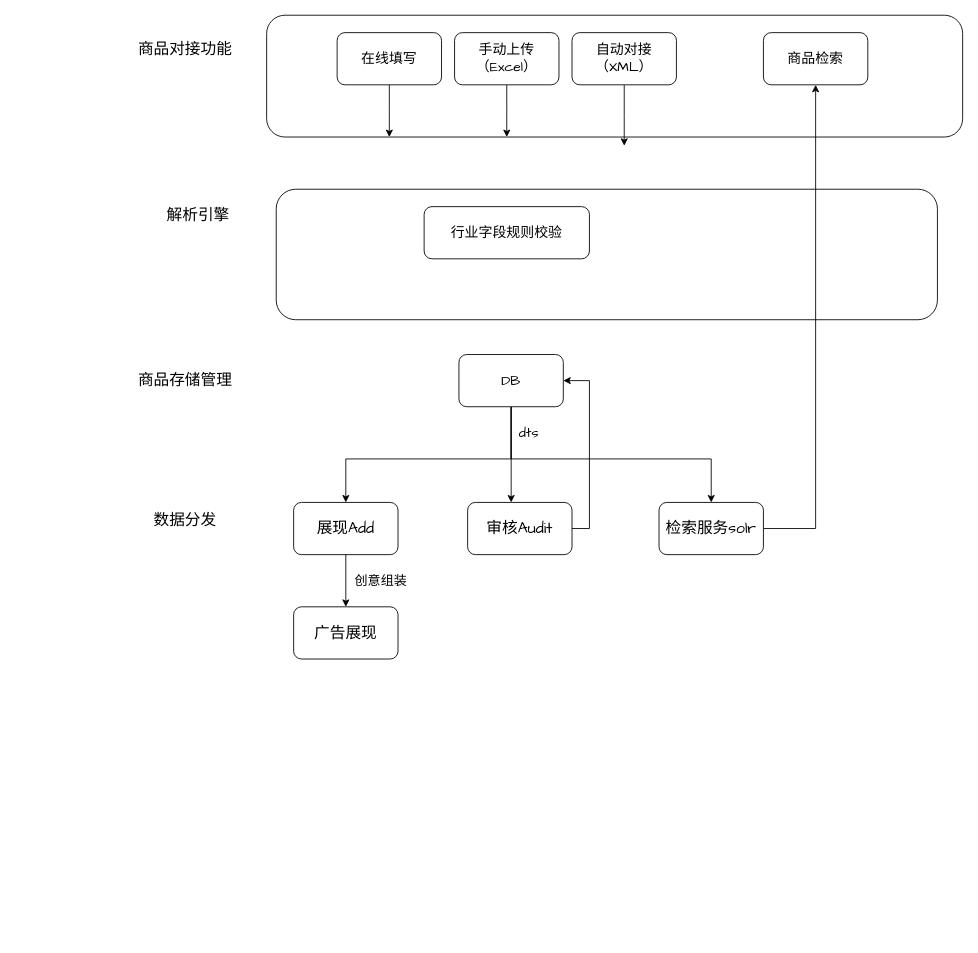
Before: page "商品库流程" (5 of 5) of draw.io/dpa.drawio in Jstarfish/picBed, a draw.io diagram. Source tidied: cells renumbered, new cells numbered last; positions are measured from the earlier drawing's top-left corner, leaving out a move shared by most shapes. Both pictures are drawn from the tidied source at 87%, with x=0, y=0 at pixel (132, 15).
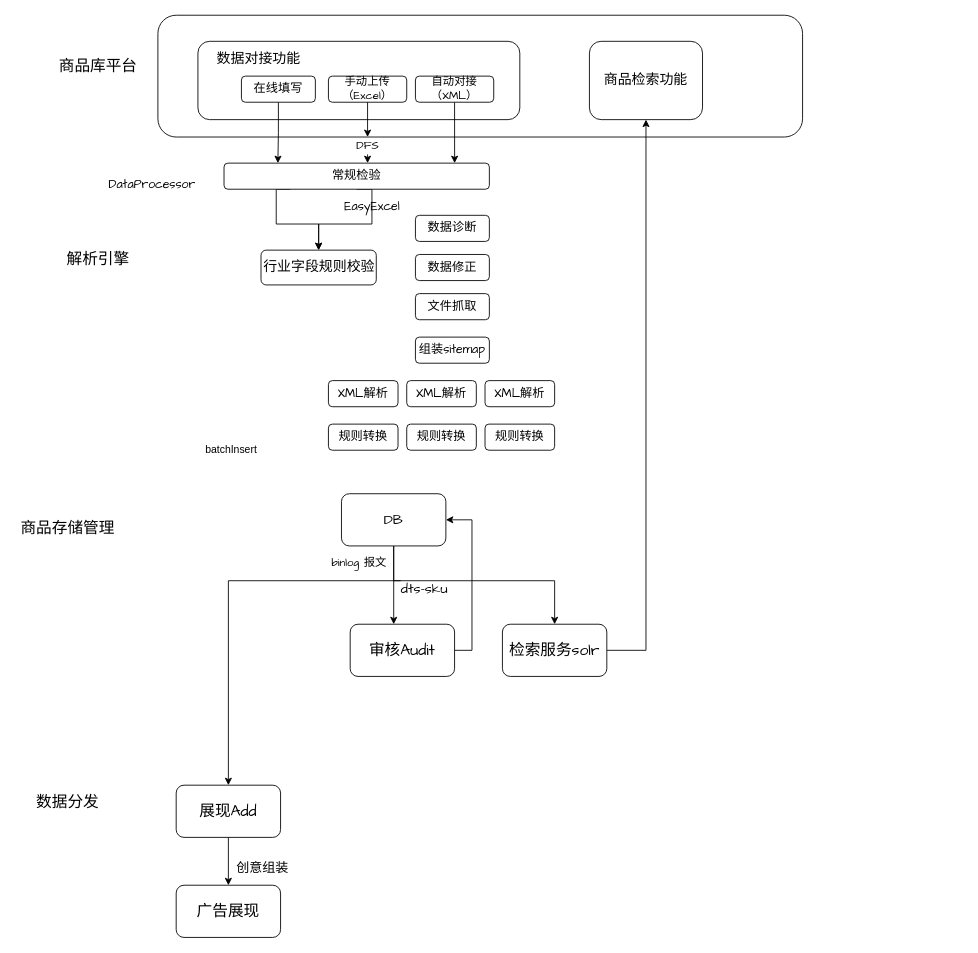
The same diagram, later.

The edit, as a diff of the source:
```diff
@@
-    <mxCell id="2" style="rounded=1;whiteSpace=wrap;html=1;" parent="1" vertex="1">
-      <mxGeometry x="165" y="200" width="760" height="150" as="geometry" />
-    </mxCell>
     <mxCell id="3" style="rounded=1;whiteSpace=wrap;html=1;" parent="1" vertex="1">
-      <mxGeometry x="154" width="800" height="140" as="geometry" />
+      <mxGeometry x="29" width="741" height="140" as="geometry" />
     </mxCell>
-    <mxCell id="4" style="edgeStyle=orthogonalEdgeStyle;rounded=0;jettySize=auto;html=1;" parent="1" edge="1" source="5">
-      <mxGeometry relative="1" as="geometry">
-        <mxPoint x="295" y="140" as="targetPoint" />
-      </mxGeometry>
-    </mxCell>
-    <mxCell id="5" value="&lt;font face=&quot;Comic Sans MS&quot; style=&quot;font-size: 16px&quot;&gt;在线填写&lt;/font&gt;" style="rounded=1;whiteSpace=wrap;html=1;" parent="1" vertex="1">
-      <mxGeometry x="235" y="20" width="120" height="60" as="geometry" />
-    </mxCell>
-    <mxCell id="6" style="edgeStyle=orthogonalEdgeStyle;rounded=0;jettySize=auto;html=1;" parent="1" edge="1" source="7">
-      <mxGeometry relative="1" as="geometry">
-        <mxPoint x="430" y="140" as="targetPoint" />
-      </mxGeometry>
-    </mxCell>
-    <mxCell id="7" value="&lt;font face=&quot;Comic Sans MS&quot; style=&quot;font-size: 16px&quot;&gt;手动上传（Excel）&lt;/font&gt;" style="rounded=1;whiteSpace=wrap;html=1;" parent="1" vertex="1">
-      <mxGeometry x="370" y="20" width="120" height="60" as="geometry" />
-    </mxCell>
-    <mxCell id="8" style="edgeStyle=orthogonalEdgeStyle;rounded=0;jettySize=auto;html=1;exitX=0.5;exitY=1;exitDx=0;exitDy=0;" parent="1" edge="1" source="9">
-      <mxGeometry relative="1" as="geometry">
-        <mxPoint x="565" y="150" as="targetPoint" />
-      </mxGeometry>
-    </mxCell>
+    <mxCell id="29" style="rounded=1;whiteSpace=wrap;html=1;" parent="1" vertex="1">
+      <mxGeometry x="75" y="30" width="370" height="90" as="geometry" />
+    </mxCell>
+    <mxCell id="30" style="edgeStyle=orthogonalEdgeStyle;rounded=0;jettySize=auto;html=1;exitX=0.5;exitY=1;exitDx=0;exitDy=0;entryX=0.869;entryY=0;entryDx=0;entryDy=0;entryPerimeter=0;" parent="1" edge="1" source="9" target="44">
+      <mxGeometry relative="1" as="geometry" />
+    </mxCell>
-    <mxCell id="9" value="&lt;font face=&quot;Comic Sans MS&quot;&gt;&lt;span style=&quot;font-size: 16px&quot;&gt;自动对接（XML）&lt;/span&gt;&lt;/font&gt;" style="rounded=1;whiteSpace=wrap;html=1;" parent="1" vertex="1">
-      <mxGeometry x="505" y="20" width="120" height="60" as="geometry" />
+    <mxCell id="9" value="&lt;font face=&quot;Comic Sans MS&quot; style=&quot;font-size: 13px&quot;&gt;自动对接（XML）&lt;/font&gt;" style="rounded=1;whiteSpace=wrap;html=1;" parent="1" vertex="1">
+      <mxGeometry x="325" y="70" width="90" height="30" as="geometry" />
     </mxCell>
-    <mxCell id="10" value="&lt;font style=&quot;font-size: 18px&quot; face=&quot;Comic Sans MS&quot;&gt;商品对接功能&lt;br&gt;&lt;br&gt;&lt;/font&gt;" style="text;html=1;align=center;verticalAlign=middle;" parent="1" vertex="1">
-      <mxGeometry y="30" width="120" height="40" as="geometry" />
+    <mxCell id="10" value="&lt;font style=&quot;font-size: 18px&quot; face=&quot;Comic Sans MS&quot;&gt;商品库平台&lt;br&gt;&lt;br&gt;&lt;/font&gt;" style="text;html=1;align=center;verticalAlign=middle;" parent="1" vertex="1">
+      <mxGeometry x="-95" y="50" width="110" height="40" as="geometry" />
     </mxCell>
     <mxCell id="11" value="&lt;font face=&quot;Comic Sans MS&quot; style=&quot;font-size: 18px&quot;&gt;商品存储管理&lt;/font&gt;" style="text;html=1;align=center;verticalAlign=middle;" parent="1" vertex="1">
-      <mxGeometry y="410" width="120" height="20" as="geometry" />
+      <mxGeometry x="-135" y="580" width="120" height="20" as="geometry" />
     </mxCell>
     <mxCell id="12" value="&lt;font face=&quot;Comic Sans MS&quot;&gt;&lt;span style=&quot;font-size: 16px&quot;&gt;行业字段规则校验&lt;/span&gt;&lt;/font&gt;" style="rounded=1;whiteSpace=wrap;html=1;" parent="1" vertex="1">
-      <mxGeometry x="335" y="220" width="190" height="60" as="geometry" />
+      <mxGeometry x="147.5" y="270" width="132.5" height="40" as="geometry" />
     </mxCell>
@@
-    <mxCell id="14" style="edgeStyle=orthogonalEdgeStyle;rounded=0;jettySize=auto;html=1;entryX=0.5;entryY=0;entryDx=0;entryDy=0;" parent="1" edge="1" source="16" target="19">
+    <mxCell id="14" style="edgeStyle=orthogonalEdgeStyle;rounded=0;jettySize=auto;html=1;entryX=0.5;entryY=0;entryDx=0;entryDy=0;exitX=0.114;exitY=0;exitDx=0;exitDy=0;exitPerimeter=0;" parent="1" edge="1" source="18" target="19">
       <mxGeometry relative="1" as="geometry">
         <Array as="points">
-          <mxPoint x="435" y="510" />
-          <mxPoint x="245" y="510" />
+          <mxPoint x="110" y="650" />
         </Array>
       </mxGeometry>
     </mxCell>
     <mxCell id="15" style="edgeStyle=orthogonalEdgeStyle;rounded=0;jettySize=auto;html=1;" parent="1" edge="1" source="16" target="24">
       <mxGeometry relative="1" as="geometry">
         <Array as="points">
-          <mxPoint x="435" y="510" />
-          <mxPoint x="665" y="510" />
+          <mxPoint x="300" y="650" />
         </Array>
       </mxGeometry>
     </mxCell>
     <mxCell id="16" value="&lt;font face=&quot;Comic Sans MS&quot;&gt;&lt;span style=&quot;font-size: 16px&quot;&gt;DB&lt;/span&gt;&lt;/font&gt;" style="rounded=1;whiteSpace=wrap;html=1;" parent="1" vertex="1">
-      <mxGeometry x="375" y="390" width="120" height="60" as="geometry" />
+      <mxGeometry x="240" y="550" width="120" height="60" as="geometry" />
     </mxCell>
     <mxCell id="17" value="&lt;font face=&quot;Comic Sans MS&quot; style=&quot;font-size: 18px&quot;&gt;数据分发&lt;/font&gt;" style="text;html=1;align=center;verticalAlign=middle;" parent="1" vertex="1">
-      <mxGeometry x="15" y="570" width="90" height="20" as="geometry" />
+      <mxGeometry x="-120" y="895" width="90" height="20" as="geometry" />
     </mxCell>
-    <mxCell id="18" value="&lt;font face=&quot;Comic Sans MS&quot; style=&quot;font-size: 16px&quot;&gt;dts&lt;/font&gt;" style="text;html=1;align=center;verticalAlign=middle;points=[];" parent="1" vertex="1">
-      <mxGeometry x="435" y="470" width="40" height="20" as="geometry" />
-    </mxCell>
     <mxCell id="19" value="&lt;span style=&quot;font-family: &amp;#34;comic sans ms&amp;#34; ; font-size: 18px&quot;&gt;展现Add&lt;/span&gt;" style="rounded=1;whiteSpace=wrap;html=1;" parent="1" vertex="1">
-      <mxGeometry x="185" y="560" width="120" height="60" as="geometry" />
+      <mxGeometry x="50" y="885" width="120" height="60" as="geometry" />
     </mxCell>
@@
     <mxCell id="21" value="&lt;font face=&quot;Comic Sans MS&quot;&gt;&lt;span style=&quot;font-size: 18px&quot;&gt;审核Audit&lt;/span&gt;&lt;/font&gt;" style="rounded=1;whiteSpace=wrap;html=1;" parent="1" vertex="1">
-      <mxGeometry x="385" y="560" width="120" height="60" as="geometry" />
+      <mxGeometry x="250" y="700" width="120" height="60" as="geometry" />
     </mxCell>
@@
     <mxCell id="23" style="edgeStyle=orthogonalEdgeStyle;rounded=0;jettySize=auto;html=1;exitX=1;exitY=0.5;exitDx=0;exitDy=0;entryX=0.5;entryY=1;entryDx=0;entryDy=0;" parent="1" edge="1" source="24" target="27">
-      <mxGeometry relative="1" as="geometry" />
+      <mxGeometry relative="1" as="geometry">
+        <Array as="points">
+          <mxPoint x="590" y="730" />
+        </Array>
+      </mxGeometry>
     </mxCell>
     <mxCell id="24" value="&lt;span style=&quot;font-family: &amp;#34;comic sans ms&amp;#34; ; font-size: 18px&quot;&gt;检索服务solr&lt;/span&gt;" style="rounded=1;whiteSpace=wrap;html=1;" parent="1" vertex="1">
-      <mxGeometry x="605" y="560" width="120" height="60" as="geometry" />
+      <mxGeometry x="425" y="700" width="120" height="60" as="geometry" />
     </mxCell>
     <mxCell id="25" value="&lt;font face=&quot;Comic Sans MS&quot; style=&quot;font-size: 18px&quot;&gt;广告展现&lt;/font&gt;" style="rounded=1;whiteSpace=wrap;html=1;" parent="1" vertex="1">
-      <mxGeometry x="185" y="680" width="120" height="60" as="geometry" />
+      <mxGeometry x="50" y="1000" width="120" height="60" as="geometry" />
     </mxCell>
     <mxCell id="26" value="&lt;font style=&quot;font-size: 15px&quot; face=&quot;Comic Sans MS&quot;&gt;创意组装&lt;/font&gt;" style="text;html=1;align=center;verticalAlign=middle;" parent="1" vertex="1">
-      <mxGeometry x="245" y="640" width="80" height="20" as="geometry" />
+      <mxGeometry x="109" y="970" width="80" height="20" as="geometry" />
     </mxCell>
-    <mxCell id="27" value="&lt;font face=&quot;Comic Sans MS&quot; style=&quot;font-size: 16px&quot;&gt;商品检索&lt;/font&gt;" style="rounded=1;whiteSpace=wrap;html=1;" parent="1" vertex="1">
-      <mxGeometry x="725" y="20" width="120" height="60" as="geometry" />
+    <mxCell id="27" value="&lt;font face=&quot;Comic Sans MS&quot; style=&quot;font-size: 16px&quot;&gt;商品检索功能&lt;/font&gt;" style="rounded=1;whiteSpace=wrap;html=1;" parent="1" vertex="1">
+      <mxGeometry x="525" y="30" width="130" height="90" as="geometry" />
     </mxCell>
     <mxCell id="28" value="&lt;font style=&quot;font-size: 18px&quot; face=&quot;Comic Sans MS&quot;&gt;解析引擎&lt;br&gt;&lt;/font&gt;" style="text;html=1;align=center;verticalAlign=middle;" parent="1" vertex="1">
-      <mxGeometry x="30" y="220" width="90" height="20" as="geometry" />
+      <mxGeometry x="-85" y="270" width="90" height="20" as="geometry" />
     </mxCell>
+    <mxCell id="31" style="edgeStyle=orthogonalEdgeStyle;rounded=0;jettySize=auto;html=1;exitX=0.5;exitY=1;exitDx=0;exitDy=0;" parent="1" edge="1" source="45">
+      <mxGeometry relative="1" as="geometry">
+        <mxPoint x="270" y="170" as="targetPoint" />
+      </mxGeometry>
+    </mxCell>
+    <mxCell id="7" value="&lt;font face=&quot;Comic Sans MS&quot; style=&quot;font-size: 13px&quot;&gt;手动上传（Excel）&lt;/font&gt;" style="rounded=1;whiteSpace=wrap;html=1;" parent="1" vertex="1">
+      <mxGeometry x="225" y="70" width="90" height="30" as="geometry" />
+    </mxCell>
+    <mxCell id="32" style="edgeStyle=orthogonalEdgeStyle;rounded=0;jettySize=auto;html=1;exitX=0.5;exitY=1;exitDx=0;exitDy=0;entryX=0.203;entryY=0;entryDx=0;entryDy=0;entryPerimeter=0;" parent="1" edge="1" source="5" target="44">
+      <mxGeometry relative="1" as="geometry" />
+    </mxCell>
+    <mxCell id="5" value="&lt;font face=&quot;Comic Sans MS&quot; style=&quot;font-size: 14px&quot;&gt;在线填写&lt;/font&gt;" style="rounded=1;whiteSpace=wrap;html=1;" parent="1" vertex="1">
+      <mxGeometry x="125" y="70" width="85" height="30" as="geometry" />
+    </mxCell>
+    <mxCell id="33" value="&lt;font face=&quot;Comic Sans MS&quot; style=&quot;font-size: 16px&quot;&gt;数据对接功能&lt;/font&gt;" style="text;html=1;strokeColor=none;fillColor=none;align=center;verticalAlign=middle;whiteSpace=wrap;rounded=0;" parent="1" vertex="1">
+      <mxGeometry x="95" y="40" width="100" height="20" as="geometry" />
+    </mxCell>
+    <mxCell id="34" value="&lt;pre style=&quot;font-size: 10.5pt&quot;&gt;&lt;font face=&quot;Comic Sans MS&quot; style=&quot;background-color: rgb(255 , 255 , 255)&quot;&gt;DataProcessor&lt;/font&gt;&lt;/pre&gt;" style="text;html=1;strokeColor=none;fillColor=none;align=center;verticalAlign=middle;whiteSpace=wrap;rounded=0;" parent="1" vertex="1">
+      <mxGeometry x="-30" y="180" width="105" height="30" as="geometry" />
+    </mxCell>
+    <mxCell id="35" value="batchInsert" style="text;html=1;align=center;verticalAlign=middle;" parent="1" vertex="1">
+      <mxGeometry x="77.5" y="490" width="70" height="20" as="geometry" />
+    </mxCell>
+    <mxCell id="36" value="&lt;font style=&quot;font-size: 14px&quot; face=&quot;Comic Sans MS&quot;&gt;数据诊断&lt;/font&gt;" style="rounded=1;whiteSpace=wrap;html=1;" parent="1" vertex="1">
+      <mxGeometry x="325" y="230" width="85" height="30" as="geometry" />
+    </mxCell>
+    <mxCell id="37" value="&lt;font style=&quot;font-size: 14px&quot; face=&quot;Comic Sans MS&quot;&gt;EasyExcel&lt;/font&gt;" style="text;html=1;align=center;verticalAlign=middle;" parent="1" vertex="1">
+      <mxGeometry x="235" y="210" width="80" height="20" as="geometry" />
+    </mxCell>
+    <mxCell id="38" value="&lt;font style=&quot;font-size: 14px&quot; face=&quot;Comic Sans MS&quot;&gt;数据修正&lt;/font&gt;" style="rounded=1;whiteSpace=wrap;html=1;" parent="1" vertex="1">
+      <mxGeometry x="325" y="275" width="85" height="30" as="geometry" />
+    </mxCell>
+    <mxCell id="39" value="&lt;font style=&quot;font-size: 14px&quot; face=&quot;Comic Sans MS&quot;&gt;文件抓取&lt;/font&gt;" style="rounded=1;whiteSpace=wrap;html=1;" parent="1" vertex="1">
+      <mxGeometry x="325" y="320" width="85" height="30" as="geometry" />
+    </mxCell>
+    <mxCell id="40" value="&lt;font style=&quot;font-size: 14px&quot; face=&quot;Comic Sans MS&quot;&gt;XML解析&lt;/font&gt;" style="rounded=1;whiteSpace=wrap;html=1;" parent="1" vertex="1">
+      <mxGeometry x="225" y="420" width="80" height="30" as="geometry" />
+    </mxCell>
+    <mxCell id="41" value="&lt;font face=&quot;Comic Sans MS&quot;&gt;&lt;span style=&quot;font-size: 14px&quot;&gt;规则转换&lt;/span&gt;&lt;/font&gt;" style="rounded=1;whiteSpace=wrap;html=1;" parent="1" vertex="1">
+      <mxGeometry x="225" y="470" width="80" height="30" as="geometry" />
+    </mxCell>
+    <mxCell id="42" style="edgeStyle=orthogonalEdgeStyle;rounded=0;jettySize=auto;html=1;exitX=0.25;exitY=1;exitDx=0;exitDy=0;entryX=0.5;entryY=0;entryDx=0;entryDy=0;" parent="1" edge="1" source="44" target="12">
+      <mxGeometry relative="1" as="geometry">
+        <Array as="points">
+          <mxPoint x="165" y="200" />
+          <mxPoint x="165" y="240" />
+          <mxPoint x="214" y="240" />
+        </Array>
+      </mxGeometry>
+    </mxCell>
+    <mxCell id="43" style="edgeStyle=orthogonalEdgeStyle;rounded=0;jettySize=auto;html=1;exitX=0.5;exitY=1;exitDx=0;exitDy=0;entryX=0.5;entryY=0;entryDx=0;entryDy=0;" parent="1" edge="1" source="44" target="12">
+      <mxGeometry relative="1" as="geometry">
+        <Array as="points">
+          <mxPoint x="275" y="200" />
+          <mxPoint x="275" y="240" />
+          <mxPoint x="214" y="240" />
+        </Array>
+      </mxGeometry>
+    </mxCell>
+    <mxCell id="44" value="&lt;font style=&quot;font-size: 14px&quot; face=&quot;Comic Sans MS&quot;&gt;常规检验&lt;/font&gt;" style="rounded=1;whiteSpace=wrap;html=1;" parent="1" vertex="1">
+      <mxGeometry x="105" y="170" width="305" height="30" as="geometry" />
+    </mxCell>
+    <mxCell id="45" value="&lt;font face=&quot;Comic Sans MS&quot; style=&quot;font-size: 13px&quot;&gt;DFS&lt;/font&gt;" style="text;html=1;align=center;verticalAlign=middle;points=[];" parent="1" vertex="1">
+      <mxGeometry x="250" y="140" width="40" height="20" as="geometry" />
+    </mxCell>
+    <mxCell id="46" style="edgeStyle=orthogonalEdgeStyle;rounded=0;jettySize=auto;html=1;exitX=0.5;exitY=1;exitDx=0;exitDy=0;" parent="1" edge="1" source="7" target="45">
+      <mxGeometry relative="1" as="geometry" />
+    </mxCell>
+    <mxCell id="18" value="&lt;font face=&quot;Comic Sans MS&quot; style=&quot;font-size: 16px&quot;&gt;dts-sku&lt;/font&gt;" style="text;html=1;align=center;verticalAlign=middle;points=[];" parent="1" vertex="1">
+      <mxGeometry x="300" y="650" width="70" height="20" as="geometry" />
+    </mxCell>
+    <mxCell id="47" value="&lt;font face=&quot;Comic Sans MS&quot; style=&quot;font-size: 13px&quot;&gt;binlog 报文&lt;/font&gt;" style="text;html=1;align=center;verticalAlign=middle;" parent="1" vertex="1">
+      <mxGeometry x="220" y="620" width="80" height="20" as="geometry" />
+    </mxCell>
+    <mxCell id="48" value="&lt;font style=&quot;font-size: 14px&quot; face=&quot;Comic Sans MS&quot;&gt;XML解析&lt;/font&gt;" style="rounded=1;whiteSpace=wrap;html=1;" parent="1" vertex="1">
+      <mxGeometry x="315" y="420" width="80" height="30" as="geometry" />
+    </mxCell>
+    <mxCell id="49" value="&lt;font style=&quot;font-size: 14px&quot; face=&quot;Comic Sans MS&quot;&gt;XML解析&lt;/font&gt;" style="rounded=1;whiteSpace=wrap;html=1;" parent="1" vertex="1">
+      <mxGeometry x="405" y="420" width="80" height="30" as="geometry" />
+    </mxCell>
+    <mxCell id="50" value="&lt;font style=&quot;font-size: 14px&quot; face=&quot;Comic Sans MS&quot;&gt;组装sitemap&lt;/font&gt;" style="rounded=1;whiteSpace=wrap;html=1;" parent="1" vertex="1">
+      <mxGeometry x="325" y="370" width="85" height="30" as="geometry" />
+    </mxCell>
+    <mxCell id="51" value="&lt;font face=&quot;Comic Sans MS&quot;&gt;&lt;span style=&quot;font-size: 14px&quot;&gt;规则转换&lt;/span&gt;&lt;/font&gt;" style="rounded=1;whiteSpace=wrap;html=1;" parent="1" vertex="1">
+      <mxGeometry x="315" y="470" width="80" height="30" as="geometry" />
+    </mxCell>
+    <mxCell id="52" value="&lt;font face=&quot;Comic Sans MS&quot;&gt;&lt;span style=&quot;font-size: 14px&quot;&gt;规则转换&lt;/span&gt;&lt;/font&gt;" style="rounded=1;whiteSpace=wrap;html=1;" parent="1" vertex="1">
+      <mxGeometry x="405" y="470" width="80" height="30" as="geometry" />
+    </mxCell>
```
